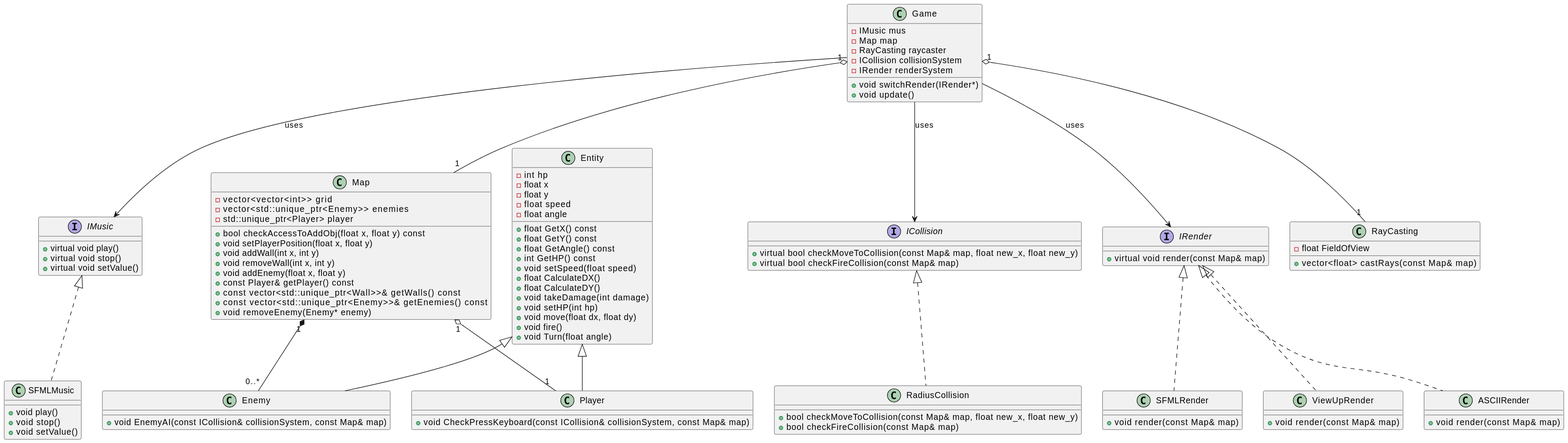
The PlantUML diagram doc/UML.svg in Donnerrollen/Pseudo3D, before a commit.
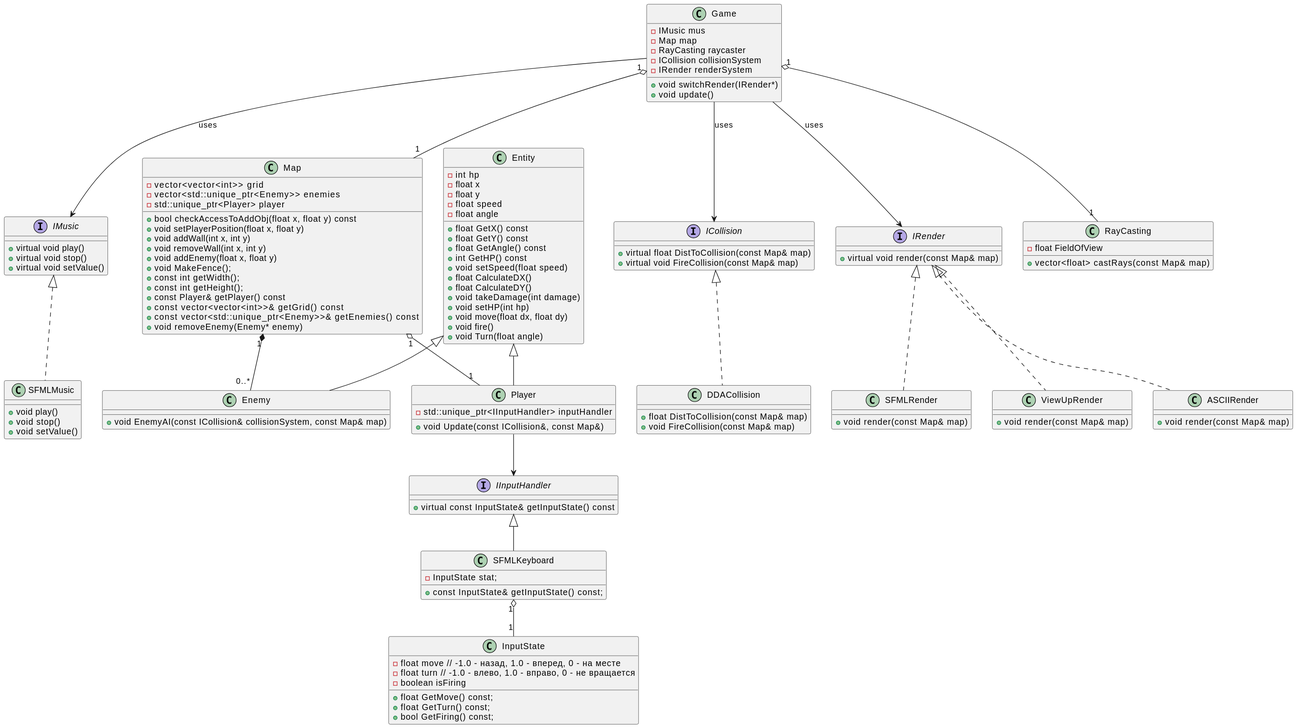
After the change.

The edit, as a diff of the source:
```diff
@@ -30,20 +30,23 @@
   +void addWall(int x, int y)
   +void removeWall(int x, int y)
   +void addEnemy(float x, float y)
+  +void MakeFence();
+  +const int getWidth();
+  +const int getHeight();
   +const Player& getPlayer() const
-  +const vector<std::unique_ptr<Wall>>& getWalls() const
+  +const vector<vector<int>>& getGrid() const
   +const vector<std::unique_ptr<Enemy>>& getEnemies() const
   +void removeEnemy(Enemy* enemy)
 }
 
 interface ICollision {
-  +virtual bool checkMoveToCollision(const Map& map, float new_x, float new_y)
-  +virtual bool checkFireCollision(const Map& map)
+  +virtual float DistToCollision(const Map& map)
+  +virtual void FireCollision(const Map& map)
 }
 
-class RadiusCollision {
-  +bool checkMoveToCollision(const Map& map, float new_x, float new_y)
-  +bool checkFireCollision(const Map& map)
+class DDACollision {
+  + float DistToCollision(const Map& map)
+  + void FireCollision(const Map& map)
 }
 
 interface IRender {
@@ -87,8 +90,27 @@
   +void Turn(float angle)
 }
 
+interface IInputHandler {
+  + virtual const InputState& getInputState() const
+}
+
+class SFMLKeyboard {
+  - InputState stat;
+  + const InputState& getInputState() const;
+}
+
+class InputState {
+  - float move // -1.0 - назад, 1.0 - вперед, 0 - на месте
+  - float turn // -1.0 - влево, 1.0 - вправо, 0 - не вращается
+  - boolean isFiring
+  + float GetMove() const;
+  + float GetTurn() const;
+  + bool GetFiring() const;
+}
+
 class Player {
-  +void CheckPressKeyboard(const ICollision& collisionSystem, const Map& map)
+  - std::unique_ptr<IInputHandler> inputHandler
+  + void Update(const ICollision&, const Map&)
 }
 
 class Enemy {
@@ -100,7 +122,7 @@
 
 Map "1" o-- "1" Player
 
-ICollision <|.. RadiusCollision
+ICollision <|.. DDACollision
 
 IRender <|.. SFMLRender
 IRender <|.. ViewUpRender
@@ -119,4 +141,9 @@
 Game "1" o-- "1" Map
 
 Game "1" o-- "1" RayCasting
+
+Player --> IInputHandler
+
+IInputHandler <|-- SFMLKeyboard
+SFMLKeyboard "1" o-- "1" InputState
 @enduml
```
